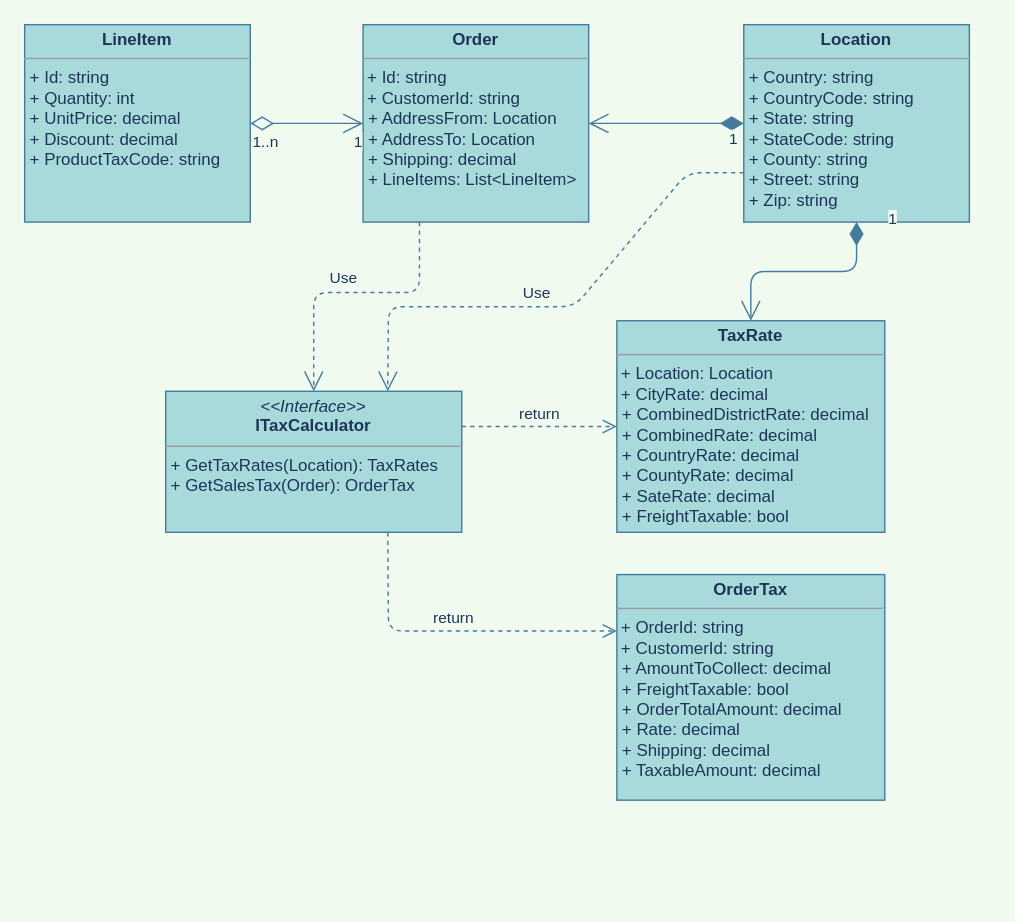
The draw.io diagram IMC.ClassDiagram.drawio in rmbrunet/IMC_di, before the edit. Source tidied: cells renumbered, new cells numbered last; positions are measured from the earlier drawing's top-left corner, leaving out a move shared by most shapes. Both pictures are drawn from the tidied source at 141%, with x=0, y=0 at pixel (24, 24).
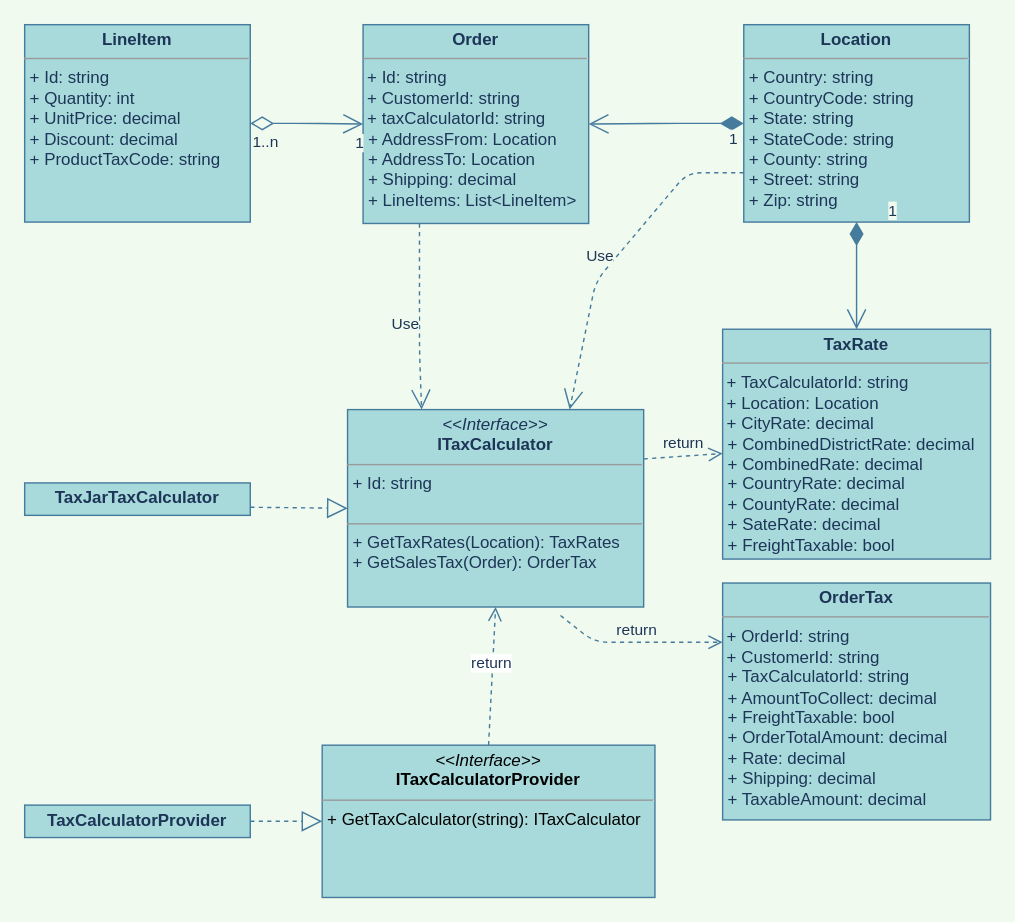
After the change.

Unchanged cells that the change refers to:
```xml
<mxCell id="4" value="&lt;p style=&quot;margin: 0px ; margin-top: 4px ; text-align: center&quot;&gt;&lt;b&gt;Location&lt;/b&gt;&lt;/p&gt;&lt;hr size=&quot;1&quot;&gt;&lt;p style=&quot;margin: 0px ; margin-left: 4px&quot;&gt;+ Country: string&lt;/p&gt;&lt;p style=&quot;margin: 0px ; margin-left: 4px&quot;&gt;+ CountryCode: string&lt;/p&gt;&lt;p style=&quot;margin: 0px ; margin-left: 4px&quot;&gt;+ State: string&lt;/p&gt;&lt;p style=&quot;margin: 0px ; margin-left: 4px&quot;&gt;+ StateCode: string&lt;/p&gt;&lt;p style=&quot;margin: 0px ; margin-left: 4px&quot;&gt;+ County: string&lt;/p&gt;&lt;p style=&quot;margin: 0px ; margin-left: 4px&quot;&gt;+ Street: string&lt;/p&gt;&lt;p style=&quot;margin: 0px ; margin-left: 4px&quot;&gt;+ Zip: string&lt;/p&gt;&lt;p style=&quot;margin: 0px ; margin-left: 4px&quot;&gt;&lt;br&gt;&lt;/p&gt;&lt;p style=&quot;margin: 0px ; margin-left: 4px&quot;&gt;&lt;br&gt;&lt;/p&gt;" style="verticalAlign=top;align=left;overflow=fill;fontSize=12;fontFamily=Helvetica;html=1;fillColor=#A8DADC;strokeColor=#457B9D;fontColor=#1D3557;" parent="1" vertex="1">
  <mxGeometry x="510" width="160" height="140" as="geometry" />
</mxCell>
```

Diff of the diagram source:
```diff
@@
-    <mxCell id="2" value="&lt;p style=&quot;margin: 0px ; margin-top: 4px ; text-align: center&quot;&gt;&lt;i&gt;&amp;lt;&amp;lt;Interface&amp;gt;&amp;gt;&lt;/i&gt;&lt;br&gt;&lt;b&gt;ITaxCalculator&lt;/b&gt;&lt;/p&gt;&lt;hr size=&quot;1&quot;&gt;&lt;p style=&quot;margin: 0px ; margin-left: 4px&quot;&gt;&lt;/p&gt;&lt;p style=&quot;margin: 0px ; margin-left: 4px&quot;&gt;+ GetTaxRates(Location): TaxRates&lt;br&gt;+ GetSalesTax(Order): OrderTax&lt;/p&gt;" style="verticalAlign=top;align=left;overflow=fill;fontSize=12;fontFamily=Helvetica;html=1;fillColor=#A8DADC;strokeColor=#457B9D;fontColor=#1D3557;" parent="1" vertex="1">
-      <mxGeometry x="100" y="260" width="210" height="100" as="geometry" />
-    </mxCell>
-    <mxCell id="3" value="&lt;p style=&quot;margin: 0px ; margin-top: 4px ; text-align: center&quot;&gt;&lt;b&gt;Order&lt;/b&gt;&lt;/p&gt;&lt;hr size=&quot;1&quot;&gt;&amp;nbsp;+ Id: string&lt;br&gt;&amp;nbsp;+ CustomerId: string&lt;br&gt;&lt;p style=&quot;margin: 0px ; margin-left: 4px&quot;&gt;+ AddressFrom: Location&lt;/p&gt;&lt;p style=&quot;margin: 0px ; margin-left: 4px&quot;&gt;+ AddressTo: Location&lt;/p&gt;&lt;p style=&quot;margin: 0px ; margin-left: 4px&quot;&gt;+ Shipping: decimal&lt;/p&gt;&lt;p style=&quot;margin: 0px ; margin-left: 4px&quot;&gt;+ LineItems: List&amp;lt;LineItem&amp;gt;&lt;/p&gt;&lt;p style=&quot;margin: 0px ; margin-left: 4px&quot;&gt;&lt;br&gt;&lt;/p&gt;&lt;p style=&quot;margin: 0px ; margin-left: 4px&quot;&gt;&lt;br&gt;&lt;/p&gt;" style="verticalAlign=top;align=left;overflow=fill;fontSize=12;fontFamily=Helvetica;html=1;fillColor=#A8DADC;strokeColor=#457B9D;fontColor=#1D3557;" parent="1" vertex="1">
-      <mxGeometry x="240" width="160" height="140" as="geometry" />
+    <mxCell id="3" value="&lt;p style=&quot;margin: 0px ; margin-top: 4px ; text-align: center&quot;&gt;&lt;b&gt;Order&lt;/b&gt;&lt;/p&gt;&lt;hr size=&quot;1&quot;&gt;&amp;nbsp;+ Id: string&lt;br&gt;&amp;nbsp;+ CustomerId: string&lt;br&gt;&amp;nbsp;+ taxCalculatorId: string&lt;br&gt;&lt;p style=&quot;margin: 0px ; margin-left: 4px&quot;&gt;+ AddressFrom: Location&lt;/p&gt;&lt;p style=&quot;margin: 0px ; margin-left: 4px&quot;&gt;+ AddressTo: Location&lt;/p&gt;&lt;p style=&quot;margin: 0px ; margin-left: 4px&quot;&gt;+ Shipping: decimal&lt;/p&gt;&lt;p style=&quot;margin: 0px ; margin-left: 4px&quot;&gt;+ LineItems: List&amp;lt;LineItem&amp;gt;&lt;/p&gt;&lt;p style=&quot;margin: 0px ; margin-left: 4px&quot;&gt;&lt;br&gt;&lt;/p&gt;&lt;p style=&quot;margin: 0px ; margin-left: 4px&quot;&gt;&lt;br&gt;&lt;/p&gt;" style="verticalAlign=top;align=left;overflow=fill;fontSize=12;fontFamily=Helvetica;html=1;fillColor=#A8DADC;strokeColor=#457B9D;fontColor=#1D3557;" parent="1" vertex="1">
+      <mxGeometry x="240" width="160" height="141" as="geometry" />
     </mxCell>
@@
-    <mxCell id="10" value="&lt;p style=&quot;margin: 0px ; margin-top: 4px ; text-align: center&quot;&gt;&lt;b&gt;OrderTax&lt;/b&gt;&lt;/p&gt;&lt;hr size=&quot;1&quot;&gt;&amp;nbsp;+ OrderId: string&lt;br&gt;&amp;nbsp;+ CustomerId: string&lt;br&gt;&lt;p style=&quot;margin: 0px ; margin-left: 4px&quot;&gt;+ AmountToCollect: decimal&lt;/p&gt;&lt;p style=&quot;margin: 0px ; margin-left: 4px&quot;&gt;+ FreightTaxable: bool&lt;/p&gt;&lt;p style=&quot;margin: 0px ; margin-left: 4px&quot;&gt;+ OrderTotalAmount: decimal&lt;/p&gt;&lt;p style=&quot;margin: 0px ; margin-left: 4px&quot;&gt;+ Rate: decimal&lt;/p&gt;&lt;p style=&quot;margin: 0px ; margin-left: 4px&quot;&gt;+ Shipping: decimal&lt;/p&gt;&lt;p style=&quot;margin: 0px ; margin-left: 4px&quot;&gt;+ TaxableAmount: decimal&lt;/p&gt;&lt;p style=&quot;margin: 0px ; margin-left: 4px&quot;&gt;&lt;br&gt;&lt;/p&gt;" style="verticalAlign=top;align=left;overflow=fill;fontSize=12;fontFamily=Helvetica;html=1;fillColor=#A8DADC;strokeColor=#457B9D;fontColor=#1D3557;" parent="1" vertex="1">
-      <mxGeometry x="420" y="390" width="190" height="160" as="geometry" />
+    <mxCell id="10" value="&lt;p style=&quot;margin: 0px ; margin-top: 4px ; text-align: center&quot;&gt;&lt;b&gt;OrderTax&lt;/b&gt;&lt;/p&gt;&lt;hr size=&quot;1&quot;&gt;&amp;nbsp;+ OrderId: string&lt;br&gt;&amp;nbsp;+ CustomerId: string&lt;br&gt;&lt;p style=&quot;margin: 0px ; margin-left: 4px&quot;&gt;+ TaxCalculatorId: string&lt;/p&gt;&lt;p style=&quot;margin: 0px ; margin-left: 4px&quot;&gt;+ AmountToCollect: decimal&lt;/p&gt;&lt;p style=&quot;margin: 0px ; margin-left: 4px&quot;&gt;+ FreightTaxable: bool&lt;/p&gt;&lt;p style=&quot;margin: 0px ; margin-left: 4px&quot;&gt;+ OrderTotalAmount: decimal&lt;/p&gt;&lt;p style=&quot;margin: 0px ; margin-left: 4px&quot;&gt;+ Rate: decimal&lt;/p&gt;&lt;p style=&quot;margin: 0px ; margin-left: 4px&quot;&gt;+ Shipping: decimal&lt;/p&gt;&lt;p style=&quot;margin: 0px ; margin-left: 4px&quot;&gt;+ TaxableAmount: decimal&lt;/p&gt;&lt;p style=&quot;margin: 0px ; margin-left: 4px&quot;&gt;&lt;br&gt;&lt;/p&gt;" style="verticalAlign=top;align=left;overflow=fill;fontSize=12;fontFamily=Helvetica;html=1;fillColor=#A8DADC;strokeColor=#457B9D;fontColor=#1D3557;" parent="1" vertex="1">
+      <mxGeometry x="495" y="396" width="190" height="168" as="geometry" />
     </mxCell>
-    <mxCell id="11" value="&lt;p style=&quot;margin: 0px ; margin-top: 4px ; text-align: center&quot;&gt;&lt;b&gt;TaxRate&lt;/b&gt;&lt;/p&gt;&lt;hr size=&quot;1&quot;&gt;&amp;nbsp;+ Location: Location&lt;br&gt;&amp;nbsp;+ CityRate: decimal&lt;br&gt;&lt;p style=&quot;margin: 0px ; margin-left: 4px&quot;&gt;+ CombinedDistrictRate: decimal&lt;/p&gt;&lt;p style=&quot;margin: 0px ; margin-left: 4px&quot;&gt;+ CombinedRate: decimal&lt;/p&gt;&lt;p style=&quot;margin: 0px ; margin-left: 4px&quot;&gt;+ CountryRate: decimal&lt;/p&gt;&lt;p style=&quot;margin: 0px ; margin-left: 4px&quot;&gt;+ CountyRate: decimal&lt;/p&gt;&lt;p style=&quot;margin: 0px ; margin-left: 4px&quot;&gt;+ SateRate: decimal&lt;/p&gt;&lt;p style=&quot;margin: 0px ; margin-left: 4px&quot;&gt;&lt;span&gt;+ FreightTaxable: bool&lt;/span&gt;&lt;br&gt;&lt;/p&gt;&lt;p style=&quot;margin: 0px ; margin-left: 4px&quot;&gt;&lt;br&gt;&lt;/p&gt;" style="verticalAlign=top;align=left;overflow=fill;fontSize=12;fontFamily=Helvetica;html=1;fillColor=#A8DADC;strokeColor=#457B9D;fontColor=#1D3557;" parent="1" vertex="1">
-      <mxGeometry x="420" y="210" width="190" height="150" as="geometry" />
+    <mxCell id="11" value="&lt;p style=&quot;margin: 0px ; margin-top: 4px ; text-align: center&quot;&gt;&lt;b&gt;TaxRate&lt;/b&gt;&lt;/p&gt;&lt;hr size=&quot;1&quot;&gt;&amp;nbsp;+ TaxCalculatorId: string&lt;br&gt;&amp;nbsp;+ Location: Location&lt;br&gt;&amp;nbsp;+ CityRate: decimal&lt;br&gt;&lt;p style=&quot;margin: 0px ; margin-left: 4px&quot;&gt;+ CombinedDistrictRate: decimal&lt;/p&gt;&lt;p style=&quot;margin: 0px ; margin-left: 4px&quot;&gt;+ CombinedRate: decimal&lt;/p&gt;&lt;p style=&quot;margin: 0px ; margin-left: 4px&quot;&gt;+ CountryRate: decimal&lt;/p&gt;&lt;p style=&quot;margin: 0px ; margin-left: 4px&quot;&gt;+ CountyRate: decimal&lt;/p&gt;&lt;p style=&quot;margin: 0px ; margin-left: 4px&quot;&gt;+ SateRate: decimal&lt;/p&gt;&lt;p style=&quot;margin: 0px ; margin-left: 4px&quot;&gt;&lt;span&gt;+ FreightTaxable: bool&lt;/span&gt;&lt;br&gt;&lt;/p&gt;&lt;p style=&quot;margin: 0px ; margin-left: 4px&quot;&gt;&lt;br&gt;&lt;/p&gt;" style="verticalAlign=top;align=left;overflow=fill;fontSize=12;fontFamily=Helvetica;html=1;fillColor=#A8DADC;strokeColor=#457B9D;fontColor=#1D3557;" parent="1" vertex="1">
+      <mxGeometry x="495" y="216" width="190" height="163" as="geometry" />
     </mxCell>
@@
-    <mxCell id="13" value="return" style="html=1;verticalAlign=bottom;endArrow=open;dashed=1;endSize=8;exitX=1;exitY=0.25;exitDx=0;exitDy=0;strokeColor=#457B9D;fontColor=#1D3557;labelBackgroundColor=#F1FAEE;" parent="1" edge="1" source="2" target="11">
+    <mxCell id="13" value="return" style="html=1;verticalAlign=bottom;endArrow=open;dashed=1;endSize=8;exitX=1;exitY=0.25;exitDx=0;exitDy=0;strokeColor=#457B9D;fontColor=#1D3557;labelBackgroundColor=#F1FAEE;" parent="1" edge="1" source="17" target="11">
       <mxGeometry relative="1" as="geometry" />
     </mxCell>
-    <mxCell id="14" value="Use" style="endArrow=open;endSize=12;dashed=1;html=1;exitX=0.25;exitY=1;exitDx=0;exitDy=0;entryX=0.5;entryY=0;entryDx=0;entryDy=0;strokeColor=#457B9D;fontColor=#1D3557;labelBackgroundColor=#F1FAEE;" parent="1" edge="1" source="3" target="2">
+    <mxCell id="14" value="Use" style="endArrow=open;endSize=12;dashed=1;html=1;exitX=0.25;exitY=1;exitDx=0;exitDy=0;entryX=0.25;entryY=0;entryDx=0;entryDy=0;strokeColor=#457B9D;fontColor=#1D3557;labelBackgroundColor=#F1FAEE;" parent="1" edge="1" source="3" target="17">
       <mxGeometry x="0.07" y="-10" relative="1" as="geometry">
         <Array as="points">
           <mxPoint x="280" y="190" />
-          <mxPoint x="205" y="190" />
+          <mxPoint x="280" y="231" />
         </Array>
       </mxGeometry>
     </mxCell>
-    <mxCell id="15" value="return" style="html=1;verticalAlign=bottom;endArrow=open;dashed=1;endSize=8;exitX=0.75;exitY=1;exitDx=0;exitDy=0;entryX=0;entryY=0.25;entryDx=0;entryDy=0;strokeColor=#457B9D;fontColor=#1D3557;labelBackgroundColor=#F1FAEE;" parent="1" edge="1" source="2" target="10">
+    <mxCell id="15" value="return" style="html=1;verticalAlign=bottom;endArrow=open;dashed=1;endSize=8;entryX=0;entryY=0.25;entryDx=0;entryDy=0;strokeColor=#457B9D;fontColor=#1D3557;labelBackgroundColor=#F1FAEE;" parent="1" edge="1" target="10">
       <mxGeometry relative="1" as="geometry">
+        <mxPoint x="380" y="419" as="sourcePoint" />
         <Array as="points">
-          <mxPoint x="258" y="430" />
+          <mxPoint x="404" y="438" />
         </Array>
       </mxGeometry>
     </mxCell>
-    <mxCell id="16" value="Use" style="endArrow=open;endSize=12;dashed=1;html=1;exitX=0;exitY=0.75;exitDx=0;exitDy=0;entryX=0.75;entryY=0;entryDx=0;entryDy=0;strokeColor=#457B9D;fontColor=#1D3557;labelBackgroundColor=#F1FAEE;" parent="1" edge="1" source="4" target="2">
+    <mxCell id="16" value="Use" style="endArrow=open;endSize=12;dashed=1;html=1;exitX=0;exitY=0.75;exitDx=0;exitDy=0;strokeColor=#457B9D;fontColor=#1D3557;labelBackgroundColor=#F1FAEE;entryX=0.75;entryY=0;entryDx=0;entryDy=0;" parent="1" edge="1" source="4" target="17">
       <mxGeometry x="0.07" y="-10" relative="1" as="geometry">
         <Array as="points">
           <mxPoint x="470" y="105" />
-          <mxPoint x="390" y="200" />
-          <mxPoint x="258" y="200" />
+          <mxPoint x="405" y="182" />
         </Array>
       </mxGeometry>
     </mxCell>
+    <mxCell id="17" value="&lt;p style=&quot;margin: 0px ; margin-top: 4px ; text-align: center&quot;&gt;&lt;i&gt;&amp;lt;&amp;lt;Interface&amp;gt;&amp;gt;&lt;/i&gt;&lt;br&gt;&lt;b&gt;ITaxCalculator&lt;/b&gt;&lt;/p&gt;&lt;hr size=&quot;1&quot;&gt;&lt;p style=&quot;margin: 0px ; margin-left: 4px&quot;&gt;+ Id: string&lt;br&gt;&lt;br&gt;&lt;/p&gt;&lt;hr size=&quot;1&quot;&gt;&lt;p style=&quot;margin: 0px ; margin-left: 4px&quot;&gt;+ GetTaxRates(Location): TaxRates&lt;br&gt;+ GetSalesTax(Order): OrderTax&lt;/p&gt;" style="verticalAlign=top;align=left;overflow=fill;fontSize=12;fontFamily=Helvetica;html=1;fillColor=#A8DADC;strokeColor=#457B9D;fontColor=#1D3557;" parent="1" vertex="1">
+      <mxGeometry x="229" y="273" width="210" height="140" as="geometry" />
+    </mxCell>
+    <mxCell id="18" value="&lt;p style=&quot;margin: 0px ; margin-top: 4px ; text-align: center&quot;&gt;&lt;i&gt;&amp;lt;&amp;lt;Interface&amp;gt;&amp;gt;&lt;/i&gt;&lt;br&gt;&lt;b&gt;ITaxCalculatorProvider&lt;/b&gt;&lt;/p&gt;&lt;hr size=&quot;1&quot;&gt;&lt;p style=&quot;margin: 0px ; margin-left: 4px&quot;&gt;&lt;span&gt;+ GetTaxCalculator(string): ITaxCalculator&lt;/span&gt;&lt;br&gt;&lt;/p&gt;&lt;p style=&quot;margin: 0px ; margin-left: 4px&quot;&gt;&lt;br&gt;&lt;/p&gt;" style="verticalAlign=top;align=left;overflow=fill;fontSize=12;fontFamily=Helvetica;html=1;rounded=0;sketch=0;strokeColor=#457B9D;fillColor=#A8DADC;" parent="1" vertex="1">
+      <mxGeometry x="211" y="511" width="236" height="108" as="geometry" />
+    </mxCell>
+    <mxCell id="19" value="return" style="html=1;verticalAlign=bottom;endArrow=open;dashed=1;endSize=8;strokeColor=#457B9D;fillColor=#A8DADC;fontColor=#1D3557;exitX=0.5;exitY=0;exitDx=0;exitDy=0;entryX=0.5;entryY=1;entryDx=0;entryDy=0;" parent="1" edge="1" source="18" target="17">
+      <mxGeometry relative="1" as="geometry" />
+    </mxCell>
+    <mxCell id="20" value="&lt;p style=&quot;margin: 0px ; margin-top: 4px ; text-align: center&quot;&gt;&lt;b&gt;TaxJarTaxCalculator&lt;/b&gt;&lt;/p&gt;" style="verticalAlign=top;align=left;overflow=fill;fontSize=12;fontFamily=Helvetica;html=1;fillColor=#A8DADC;strokeColor=#457B9D;fontColor=#1D3557;" parent="1" vertex="1">
+      <mxGeometry y="325" width="160" height="23" as="geometry" />
+    </mxCell>
+    <mxCell id="21" style="endArrow=block;dashed=1;endFill=0;endSize=12;html=1;strokeColor=#457B9D;fillColor=#A8DADC;fontColor=#1D3557;exitX=1;exitY=0.75;exitDx=0;exitDy=0;entryX=0;entryY=0.5;entryDx=0;entryDy=0;" parent="1" edge="1" source="20" target="17">
+      <mxGeometry relative="1" as="geometry" />
+    </mxCell>
+    <mxCell id="22" value="&lt;p style=&quot;margin: 0px ; margin-top: 4px ; text-align: center&quot;&gt;&lt;b&gt;TaxCalculatorProvider&lt;/b&gt;&lt;/p&gt;" style="verticalAlign=top;align=left;overflow=fill;fontSize=12;fontFamily=Helvetica;html=1;fillColor=#A8DADC;strokeColor=#457B9D;fontColor=#1D3557;" parent="1" vertex="1">
+      <mxGeometry y="553.5" width="160" height="23" as="geometry" />
+    </mxCell>
+    <mxCell id="23" style="endArrow=block;dashed=1;endFill=0;endSize=12;html=1;strokeColor=#457B9D;fillColor=#A8DADC;fontColor=#1D3557;exitX=1;exitY=0.5;exitDx=0;exitDy=0;entryX=0;entryY=0.5;entryDx=0;entryDy=0;" parent="1" edge="1" source="22" target="18">
+      <mxGeometry relative="1" as="geometry" />
+    </mxCell>
```
